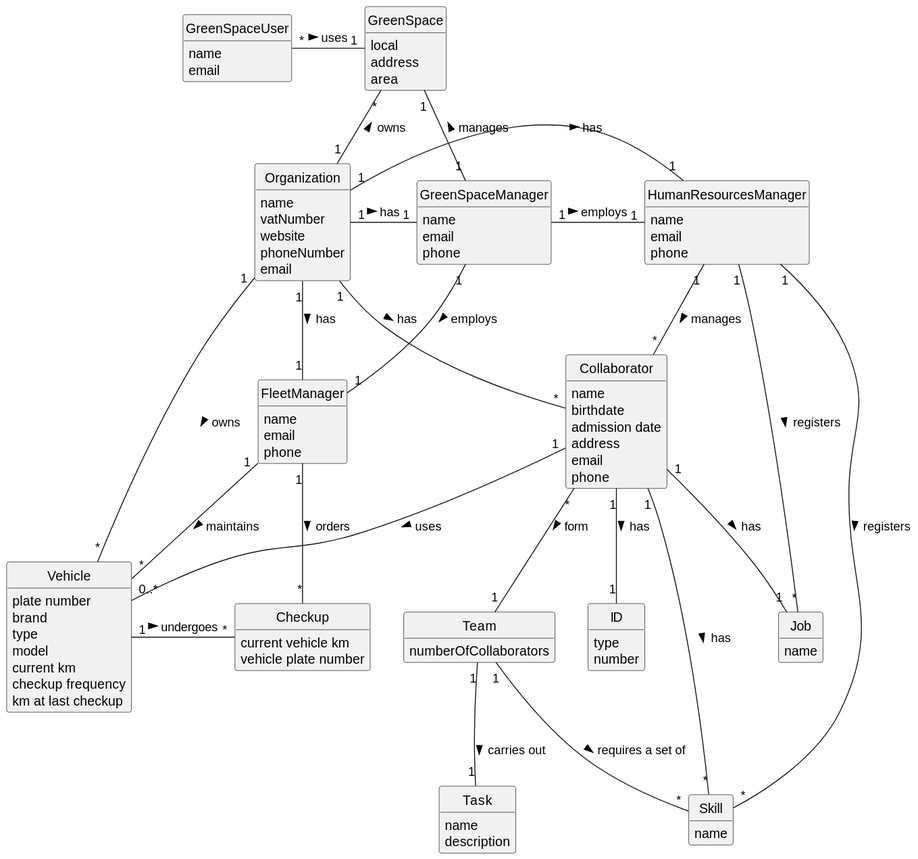
Earlier version of the PlantUML export docs/sprintB/global-artifacts/02.analysis/svg/project-domain-model.svg (Departamento-de-Engenharia-Informatica/lei-24-s2-1dkl-g134).
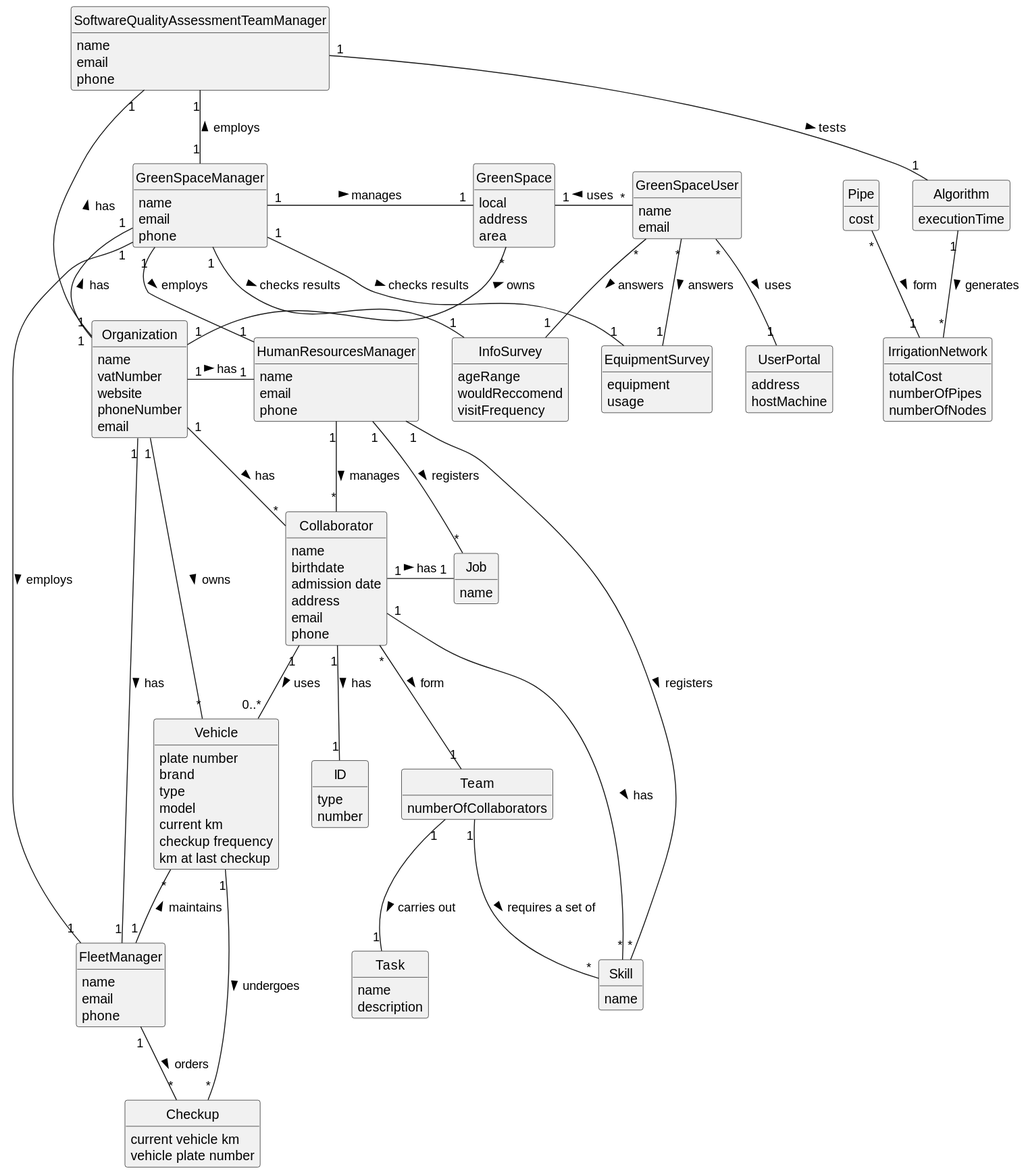
Later version of the same file.

What changed in the source:
```diff
@@ -91,15 +91,53 @@
     description
 }
 
+class Pipe {
+    cost
+}
+
+class IrrigationNetwork {
+    totalCost
+    numberOfPipes
+    numberOfNodes
+}
+
+class SoftwareQualityAssessmentTeamManager {
+    name
+    email
+    phone
+}
+
+class Algorithm {
+    executionTime
+}
+
+class EquipmentSurvey {
+    equipment
+    usage
+}
+
+class InfoSurvey {
+    ageRange
+    wouldReccomend
+    visitFrequency
+}
+
+class UserPortal {
+    address
+    hostMachine
+}
+
 Organization "1" - "*" Collaborator : has >
 Organization "1" - "1" FleetManager : has >
 Organization "1" - "1" HumanResourcesManager : has >
-Organization "1" - "1" GreenSpaceManager : has >
+Organization "1" -up- "1" GreenSpaceManager : has >
+Organization "1" -up- "1" SoftwareQualityAssessmentTeamManager : has >
 Organization "1" -up- "*" GreenSpace : owns >
 GreenSpaceManager "1" - "1" GreenSpace : manages >
 GreenSpaceManager "1" -down- "1" FleetManager : employs >
 GreenSpaceManager "1" - "1" HumanResourcesManager : employs >
-GreenSpaceUser "*" - "1" GreenSpace : uses >
+GreenSpaceManager "1" -up- "1" SoftwareQualityAssessmentTeamManager : employs >
+GreenSpaceUser "*" -left- "1" GreenSpace : uses >
 Organization "1" - "*" Vehicle: owns >
 Vehicle "1" - "*" Checkup: undergoes >
 HumanResourcesManager "1" -down- "*" Collaborator : manages >
@@ -107,11 +145,19 @@
 HumanResourcesManager "1" -- "*" Skill : registers >
 HumanResourcesManager "1" -- "*" Job : registers >
 Collaborator "1" -- "*" Skill : has >
-Collaborator "1" -- "1" Job : has >
+Collaborator "1" -right- "1" Job : has >
 Collaborator "1" -- "1" ID : has >
-FleetManager "1" -- "*" Vehicle : maintains >
+FleetManager "1" -up- "*" Vehicle : maintains >
 FleetManager "1" -- "*" Checkup : orders >
 Team "1" -- "1" Task : carries out >
 Team "1" -- "*" Skill : requires a set of >
 Collaborator "*" -- "1" Team : form >
+Pipe "*" -- "1" IrrigationNetwork : form >
+Algorithm "1" -- "*" IrrigationNetwork : generates >
+SoftwareQualityAssessmentTeamManager "1" -- "1" Algorithm : tests >
+GreenSpaceUser "*" -- "1" InfoSurvey : answers >
+GreenSpaceUser "*" -- "1" EquipmentSurvey : answers >
+GreenSpaceUser "*" -- "1" UserPortal : uses >
+GreenSpaceManager "1" - "1" InfoSurvey : checks results >
+GreenSpaceManager "1" - "1" EquipmentSurvey : checks results >
 @enduml
```
